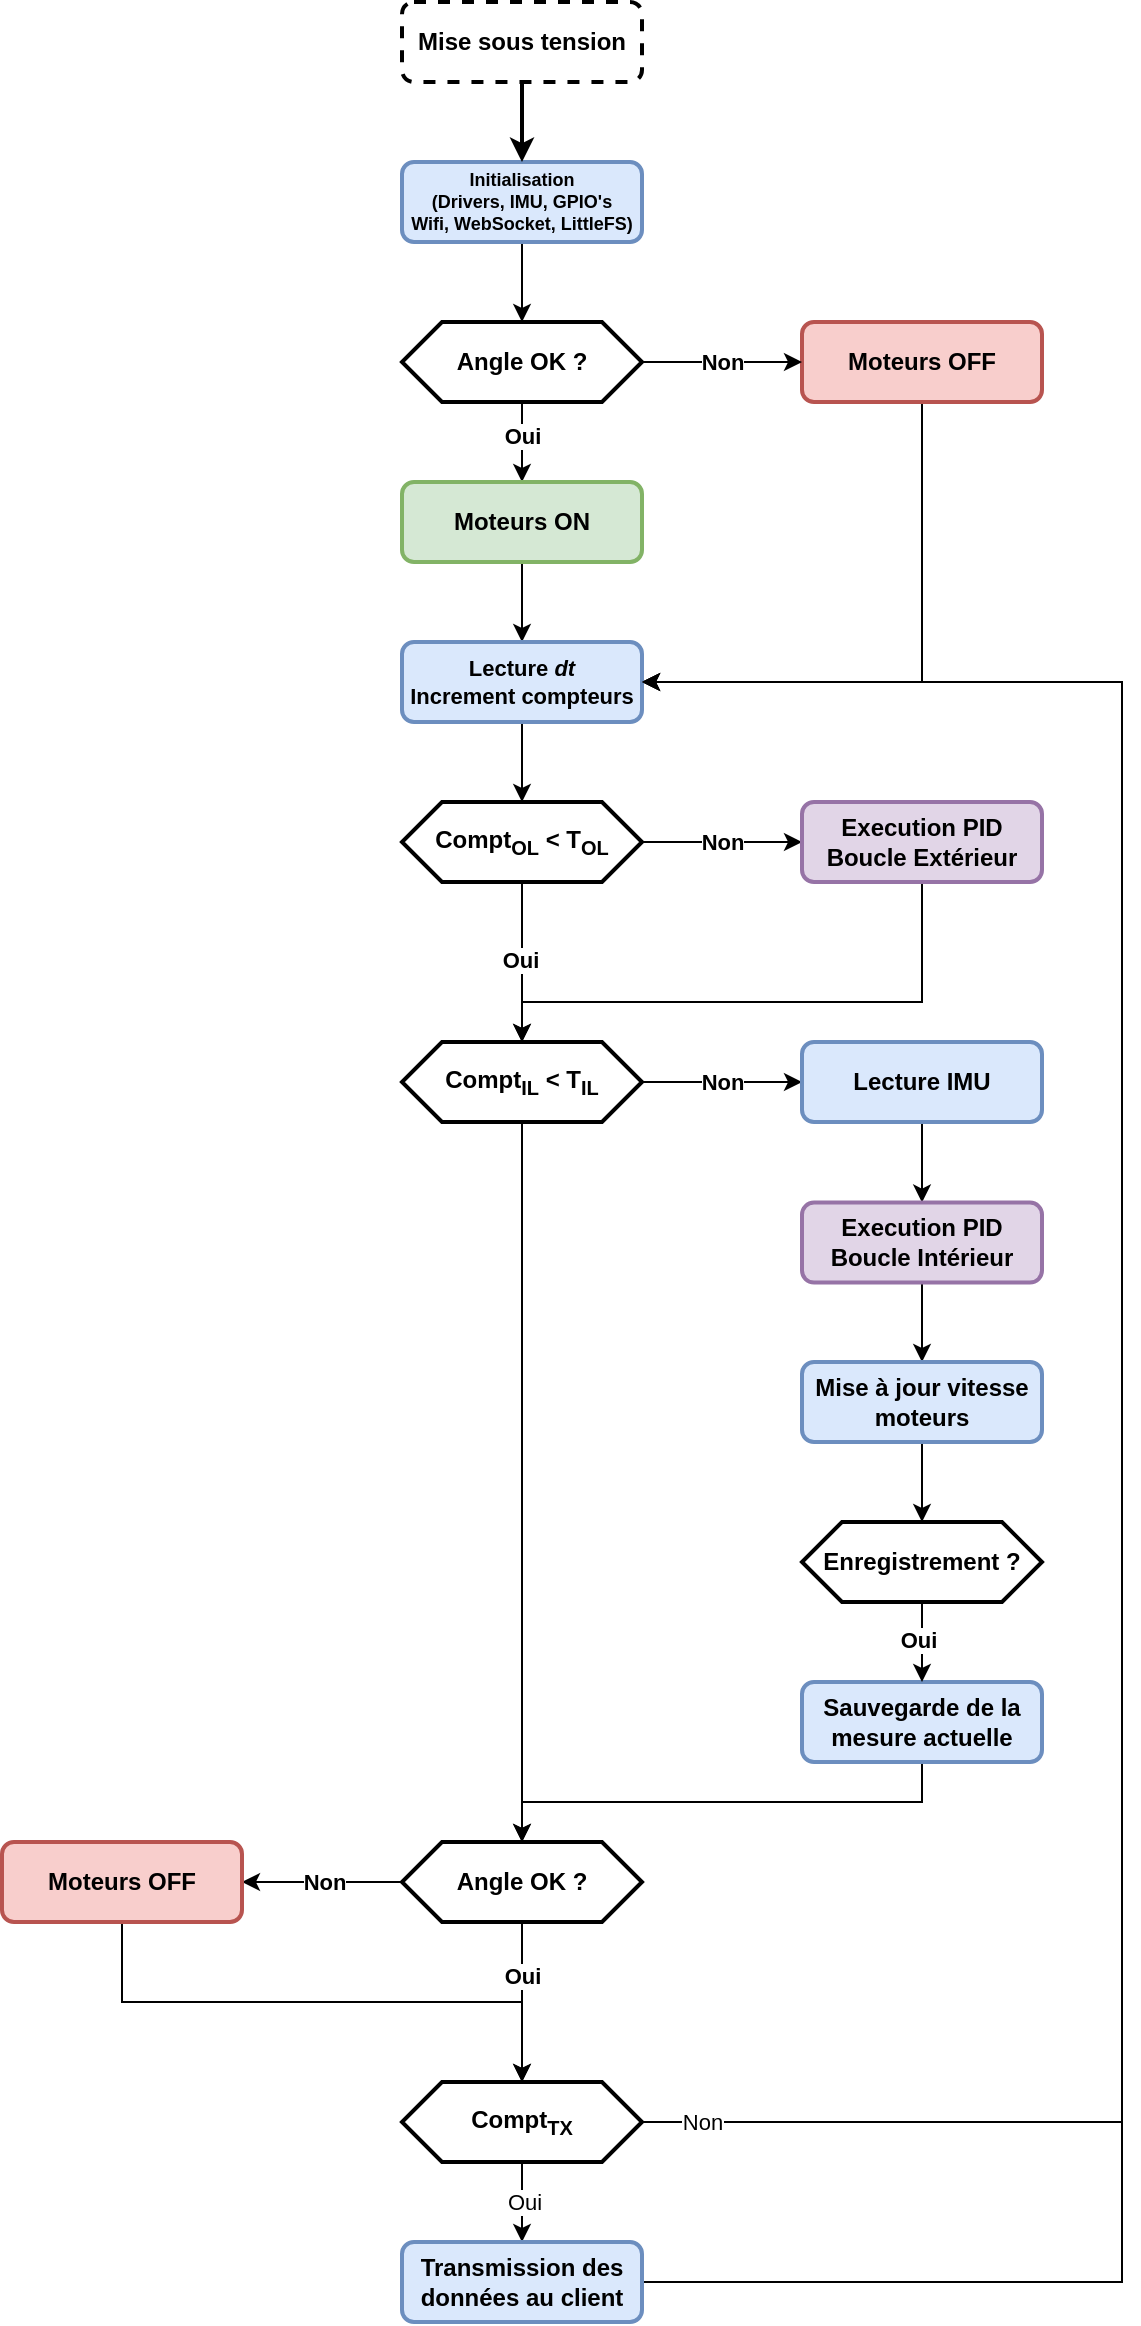
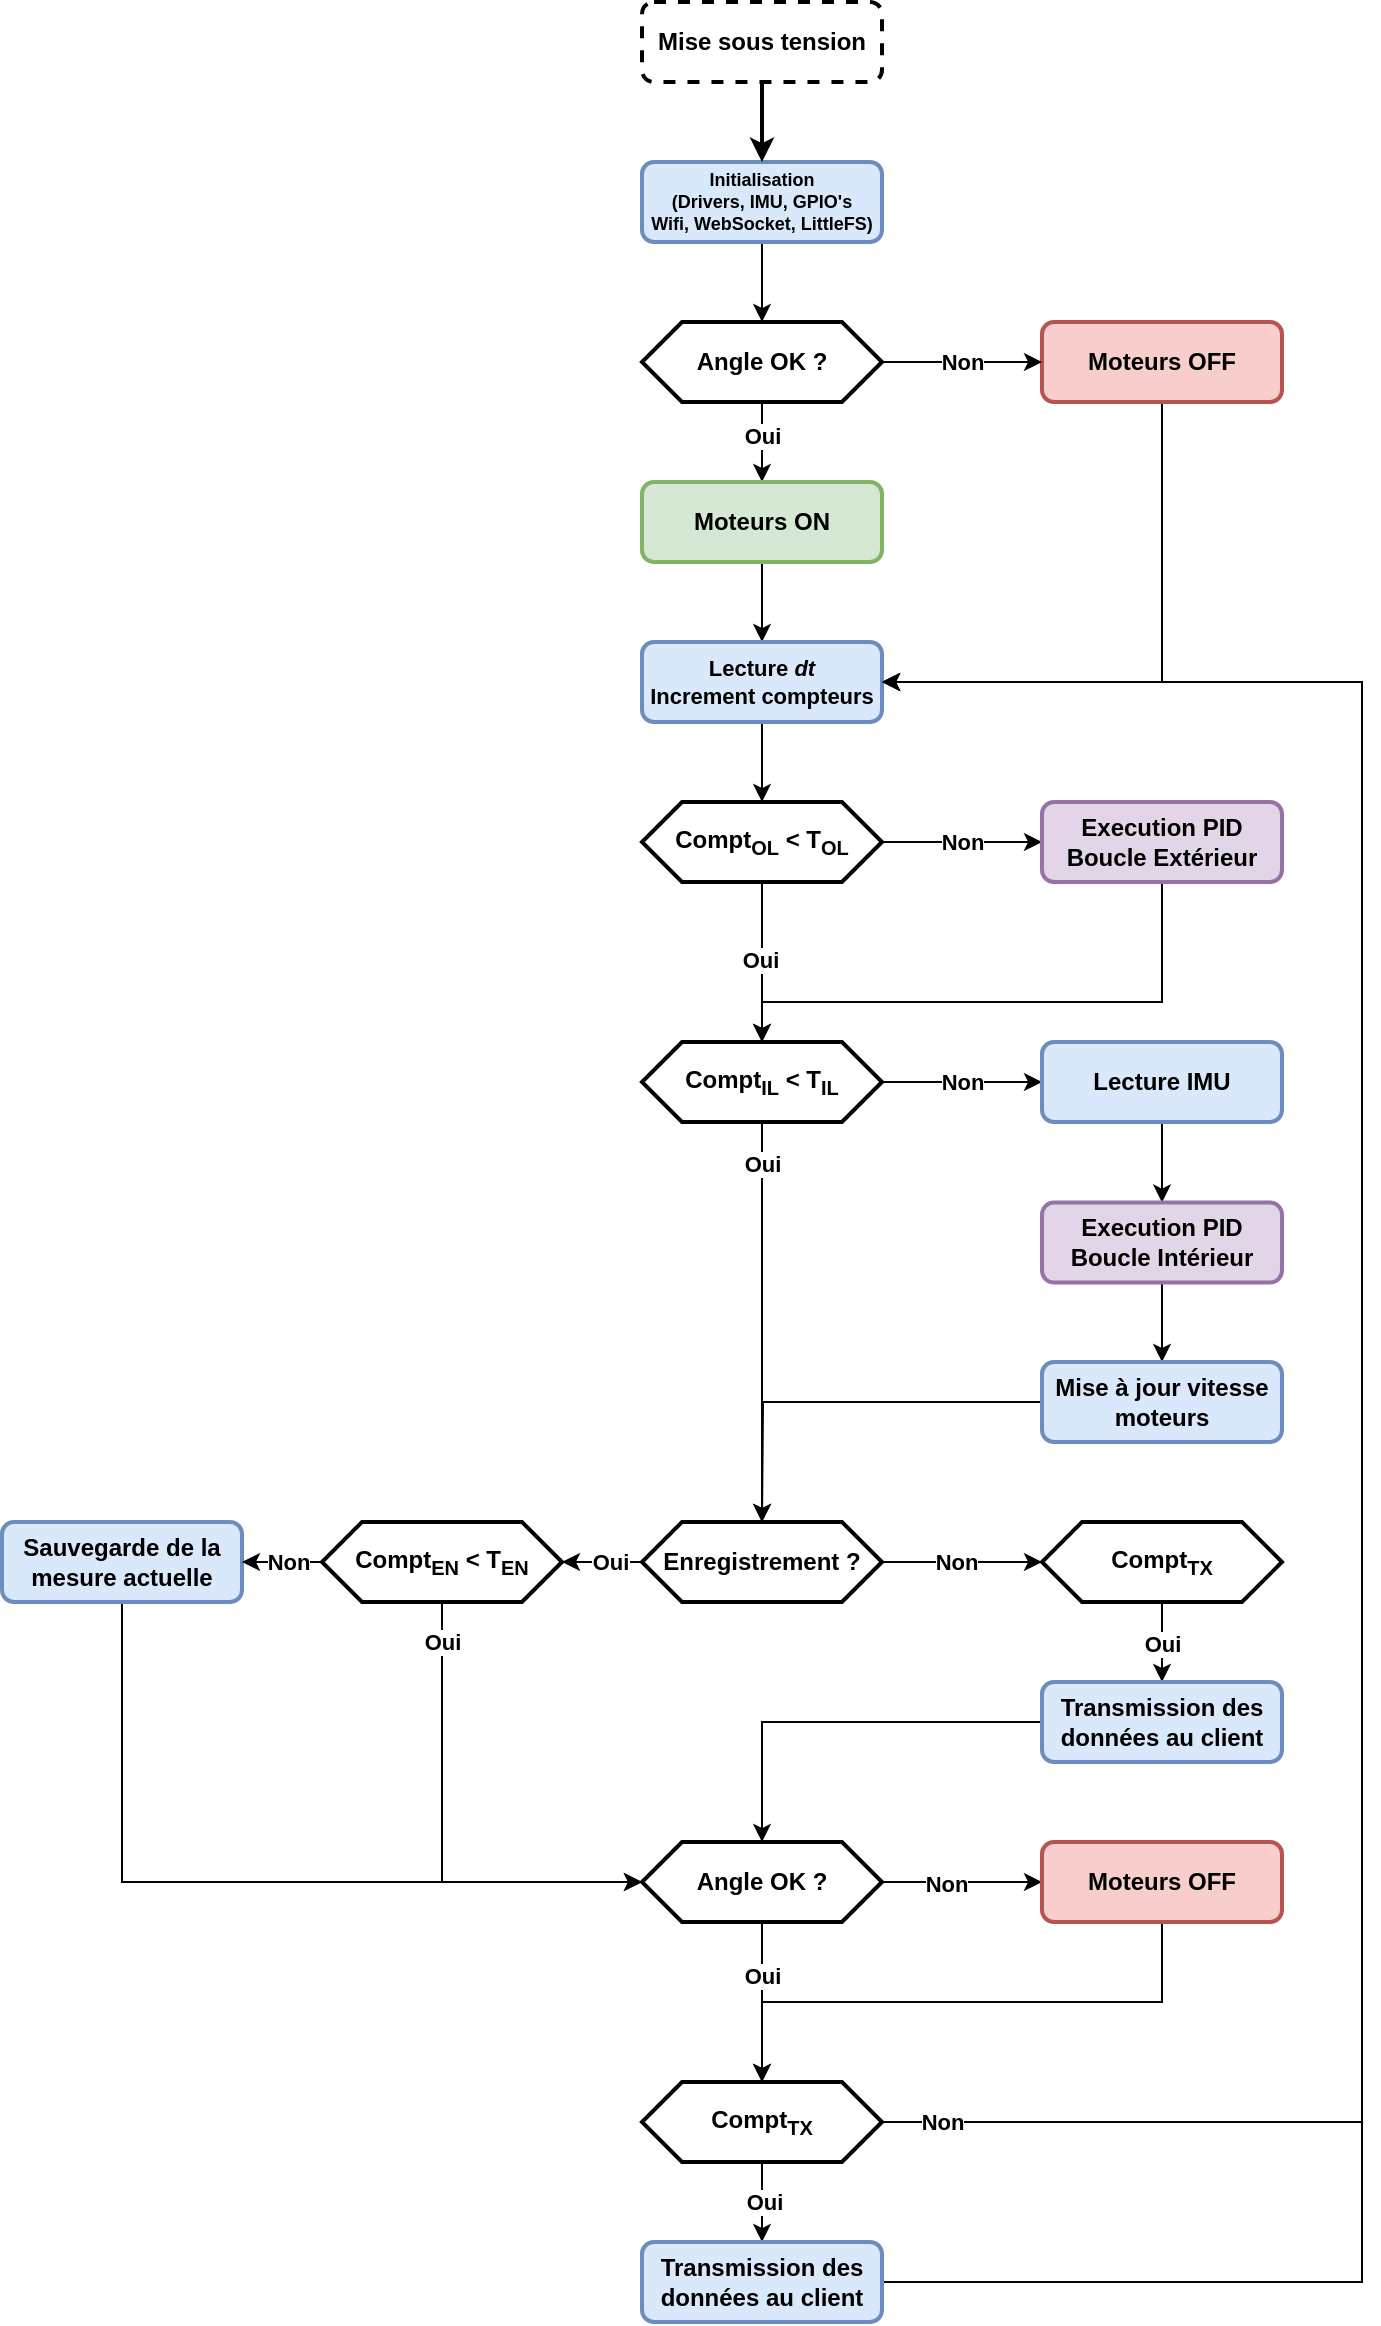
<mxfile host="Electron" agent="Mozilla/5.0 (Windows NT 10.0; Win64; x64) AppleWebKit/537.36 (KHTML, like Gecko) draw.io/28.1.2 Chrome/138.0.7204.243 Electron/37.4.0 Safari/537.36" version="28.1.2">
  <diagram name="Page-1" id="jjF6Z4soYPwatu_BmJz7">
-     <mxGraphModel dx="1226" dy="736" grid="1" gridSize="10" guides="1" tooltips="1" connect="1" arrows="1" fold="1" page="1" pageScale="1" pageWidth="827" pageHeight="1169" math="0" shadow="0">
+     <mxGraphModel dx="1733" dy="544" grid="1" gridSize="10" guides="1" tooltips="1" connect="1" arrows="1" fold="1" page="1" pageScale="1" pageWidth="827" pageHeight="1169" math="0" shadow="0">
      <root>
        <mxCell id="0" />
        <mxCell id="1" parent="0" />
        <mxCell id="2YC1-memHxYBwXYtI8Gx-10" style="edgeStyle=orthogonalEdgeStyle;rounded=0;orthogonalLoop=1;jettySize=auto;html=1;entryX=0.5;entryY=0;entryDx=0;entryDy=0;strokeWidth=1;fontStyle=1;fontFamily=Helvetica;" parent="1" source="2YC1-memHxYBwXYtI8Gx-2" edge="1">
          <mxGeometry relative="1" as="geometry">
            <mxPoint x="300" y="240" as="targetPoint" />
          </mxGeometry>
        </mxCell>
        <mxCell id="2YC1-memHxYBwXYtI8Gx-2" value="Initialisation&lt;br&gt;(Drivers, IMU, GPIO&#39;s&lt;br&gt;Wifi, WebSocket, LittleFS)" style="rounded=1;whiteSpace=wrap;html=1;fontSize=9;fillColor=#dae8fc;strokeColor=#6c8ebf;strokeWidth=2;fontStyle=1;fontFamily=Helvetica;" parent="1" vertex="1">
          <mxGeometry x="240" y="160" width="120" height="40" as="geometry" />
        </mxCell>
        <mxCell id="2YC1-memHxYBwXYtI8Gx-5" style="edgeStyle=orthogonalEdgeStyle;rounded=0;orthogonalLoop=1;jettySize=auto;html=1;entryX=0.5;entryY=0;entryDx=0;entryDy=0;strokeWidth=2;fontStyle=1;fontFamily=Helvetica;" parent="1" source="2YC1-memHxYBwXYtI8Gx-4" target="2YC1-memHxYBwXYtI8Gx-2" edge="1">
          <mxGeometry relative="1" as="geometry" />
        </mxCell>
        <mxCell id="2YC1-memHxYBwXYtI8Gx-4" value="Mise sous tension" style="rounded=1;whiteSpace=wrap;html=1;dashed=1;strokeWidth=2;fontStyle=1;fontFamily=Helvetica;" parent="1" vertex="1">
          <mxGeometry x="240" y="80" width="120" height="40" as="geometry" />
        </mxCell>
        <mxCell id="2YC1-memHxYBwXYtI8Gx-44" style="edgeStyle=orthogonalEdgeStyle;rounded=0;orthogonalLoop=1;jettySize=auto;html=1;entryX=1;entryY=0.5;entryDx=0;entryDy=0;strokeWidth=1;fontStyle=1;fontFamily=Helvetica;" parent="1" source="2YC1-memHxYBwXYtI8Gx-11" target="2YC1-memHxYBwXYtI8Gx-20" edge="1">
          <mxGeometry relative="1" as="geometry">
            <Array as="points">
              <mxPoint x="500" y="420" />
            </Array>
          </mxGeometry>
        </mxCell>
        <mxCell id="2YC1-memHxYBwXYtI8Gx-11" value="Moteurs OFF" style="rounded=1;whiteSpace=wrap;html=1;fontSize=12;fillColor=#f8cecc;strokeColor=#b85450;strokeWidth=2;fontStyle=1;fontFamily=Helvetica;" parent="1" vertex="1">
          <mxGeometry x="440" y="240" width="120" height="40" as="geometry" />
        </mxCell>
        <mxCell id="2YC1-memHxYBwXYtI8Gx-13" value="" style="edgeStyle=orthogonalEdgeStyle;rounded=0;orthogonalLoop=1;jettySize=auto;html=1;strokeWidth=1;fontStyle=1;fontFamily=Helvetica;" parent="1" source="2YC1-memHxYBwXYtI8Gx-12" target="2YC1-memHxYBwXYtI8Gx-11" edge="1">
          <mxGeometry relative="1" as="geometry">
            <Array as="points">
              <mxPoint x="390" y="260" />
              <mxPoint x="390" y="260" />
            </Array>
          </mxGeometry>
        </mxCell>
        <mxCell id="2YC1-memHxYBwXYtI8Gx-14" value="Non" style="edgeLabel;html=1;align=center;verticalAlign=middle;resizable=0;points=[];fontStyle=1;fontFamily=Helvetica;" parent="2YC1-memHxYBwXYtI8Gx-13" vertex="1" connectable="0">
          <mxGeometry x="-0.278" relative="1" as="geometry">
            <mxPoint x="11" as="offset" />
          </mxGeometry>
        </mxCell>
        <mxCell id="2YC1-memHxYBwXYtI8Gx-17" style="edgeStyle=orthogonalEdgeStyle;rounded=0;orthogonalLoop=1;jettySize=auto;html=1;entryX=0.5;entryY=0;entryDx=0;entryDy=0;strokeWidth=1;fontStyle=1;fontFamily=Helvetica;" parent="1" source="2YC1-memHxYBwXYtI8Gx-12" target="2YC1-memHxYBwXYtI8Gx-16" edge="1">
          <mxGeometry relative="1" as="geometry" />
        </mxCell>
        <mxCell id="2YC1-memHxYBwXYtI8Gx-18" value="Oui" style="edgeLabel;html=1;align=center;verticalAlign=middle;resizable=0;points=[];fontStyle=1;fontFamily=Helvetica;" parent="2YC1-memHxYBwXYtI8Gx-17" vertex="1" connectable="0">
          <mxGeometry x="-0.1571" y="1" relative="1" as="geometry">
            <mxPoint x="-1" as="offset" />
          </mxGeometry>
        </mxCell>
        <mxCell id="2YC1-memHxYBwXYtI8Gx-12" value="Angle OK ?" style="shape=hexagon;perimeter=hexagonPerimeter2;whiteSpace=wrap;html=1;fixedSize=1;strokeWidth=2;fontStyle=1;fontFamily=Helvetica;" parent="1" vertex="1">
          <mxGeometry x="240" y="240" width="120" height="40" as="geometry" />
        </mxCell>
        <mxCell id="2YC1-memHxYBwXYtI8Gx-23" style="edgeStyle=orthogonalEdgeStyle;rounded=0;orthogonalLoop=1;jettySize=auto;html=1;strokeWidth=1;fontStyle=1;fontFamily=Helvetica;" parent="1" source="2YC1-memHxYBwXYtI8Gx-16" target="2YC1-memHxYBwXYtI8Gx-20" edge="1">
          <mxGeometry relative="1" as="geometry" />
        </mxCell>
        <mxCell id="2YC1-memHxYBwXYtI8Gx-16" value="Moteurs ON" style="rounded=1;whiteSpace=wrap;html=1;fontSize=12;fillColor=#d5e8d4;strokeColor=#82b366;strokeWidth=2;fontStyle=1;fontFamily=Helvetica;" parent="1" vertex="1">
          <mxGeometry x="240" y="320" width="120" height="40" as="geometry" />
        </mxCell>
        <mxCell id="2YC1-memHxYBwXYtI8Gx-24" style="edgeStyle=orthogonalEdgeStyle;rounded=0;orthogonalLoop=1;jettySize=auto;html=1;entryX=0.5;entryY=0;entryDx=0;entryDy=0;strokeWidth=1;fontStyle=1;fontFamily=Helvetica;" parent="1" source="2YC1-memHxYBwXYtI8Gx-20" target="2YC1-memHxYBwXYtI8Gx-22" edge="1">
          <mxGeometry relative="1" as="geometry" />
        </mxCell>
        <mxCell id="2YC1-memHxYBwXYtI8Gx-20" value="Lecture &lt;i&gt;dt&lt;/i&gt;&lt;br&gt;Increment compteurs" style="rounded=1;whiteSpace=wrap;html=1;fillColor=#dae8fc;strokeColor=#6c8ebf;strokeWidth=2;fontStyle=1;fontSize=11;fontFamily=Helvetica;" parent="1" vertex="1">
          <mxGeometry x="240" y="400" width="120" height="40" as="geometry" />
        </mxCell>
        <mxCell id="2YC1-memHxYBwXYtI8Gx-26" style="edgeStyle=orthogonalEdgeStyle;rounded=0;orthogonalLoop=1;jettySize=auto;html=1;entryX=0;entryY=0.5;entryDx=0;entryDy=0;fontStyle=1;fontSize=11;strokeWidth=1;fontFamily=Helvetica;" parent="1" source="2YC1-memHxYBwXYtI8Gx-22" target="2YC1-memHxYBwXYtI8Gx-25" edge="1">
          <mxGeometry relative="1" as="geometry" />
        </mxCell>
        <mxCell id="2YC1-memHxYBwXYtI8Gx-29" value="Non" style="edgeLabel;html=1;align=center;verticalAlign=middle;resizable=0;points=[];fontStyle=1;fontFamily=Helvetica;" parent="2YC1-memHxYBwXYtI8Gx-26" vertex="1" connectable="0">
          <mxGeometry x="-0.3293" relative="1" as="geometry">
            <mxPoint x="13" as="offset" />
          </mxGeometry>
        </mxCell>
        <mxCell id="2YC1-memHxYBwXYtI8Gx-28" value="" style="edgeStyle=orthogonalEdgeStyle;rounded=0;orthogonalLoop=1;jettySize=auto;html=1;strokeWidth=1;fontStyle=1;fontFamily=Helvetica;" parent="1" source="2YC1-memHxYBwXYtI8Gx-22" target="2YC1-memHxYBwXYtI8Gx-27" edge="1">
          <mxGeometry relative="1" as="geometry">
            <Array as="points">
              <mxPoint x="300" y="590" />
              <mxPoint x="300" y="590" />
            </Array>
          </mxGeometry>
        </mxCell>
        <mxCell id="2YC1-memHxYBwXYtI8Gx-30" value="Oui" style="edgeLabel;html=1;align=center;verticalAlign=middle;resizable=0;points=[];fontStyle=1;fontFamily=Helvetica;" parent="2YC1-memHxYBwXYtI8Gx-28" vertex="1" connectable="0">
          <mxGeometry x="-0.0383" y="-1" relative="1" as="geometry">
            <mxPoint as="offset" />
          </mxGeometry>
        </mxCell>
        <mxCell id="2YC1-memHxYBwXYtI8Gx-22" value="Compt&lt;sub&gt;OL&lt;/sub&gt; &amp;lt; T&lt;sub&gt;OL&lt;/sub&gt;" style="shape=hexagon;perimeter=hexagonPerimeter2;whiteSpace=wrap;html=1;fixedSize=1;strokeWidth=2;fontStyle=1;fontFamily=Helvetica;" parent="1" vertex="1">
          <mxGeometry x="240" y="480" width="120" height="40" as="geometry" />
        </mxCell>
        <mxCell id="2YC1-memHxYBwXYtI8Gx-31" style="edgeStyle=orthogonalEdgeStyle;rounded=0;orthogonalLoop=1;jettySize=auto;html=1;entryX=0.5;entryY=0;entryDx=0;entryDy=0;strokeWidth=1;fontStyle=1;fontFamily=Helvetica;" parent="1" source="2YC1-memHxYBwXYtI8Gx-25" target="2YC1-memHxYBwXYtI8Gx-27" edge="1">
          <mxGeometry relative="1" as="geometry">
            <Array as="points">
              <mxPoint x="500" y="580" />
              <mxPoint x="300" y="580" />
            </Array>
          </mxGeometry>
        </mxCell>
        <mxCell id="2YC1-memHxYBwXYtI8Gx-25" value="Execution PID&lt;br&gt;Boucle Extérieur" style="rounded=1;whiteSpace=wrap;html=1;fillColor=#e1d5e7;strokeColor=#9673a6;strokeWidth=2;fontStyle=1;fontFamily=Helvetica;" parent="1" vertex="1">
          <mxGeometry x="440" y="480" width="120" height="40" as="geometry" />
        </mxCell>
        <mxCell id="2YC1-memHxYBwXYtI8Gx-54" value="" style="edgeStyle=orthogonalEdgeStyle;rounded=0;orthogonalLoop=1;jettySize=auto;html=1;strokeWidth=1;fontStyle=1;fontFamily=Helvetica;" parent="1" source="2YC1-memHxYBwXYtI8Gx-27" target="2YC1-memHxYBwXYtI8Gx-35" edge="1">
          <mxGeometry relative="1" as="geometry">
            <Array as="points">
              <mxPoint x="430" y="620" />
              <mxPoint x="430" y="620" />
            </Array>
          </mxGeometry>
        </mxCell>
        <mxCell id="2YC1-memHxYBwXYtI8Gx-55" value="Non" style="edgeLabel;html=1;align=center;verticalAlign=middle;resizable=0;points=[];fontStyle=1;fontFamily=Helvetica;" parent="2YC1-memHxYBwXYtI8Gx-54" vertex="1" connectable="0">
          <mxGeometry x="-0.0864" y="1" relative="1" as="geometry">
            <mxPoint x="3" y="1" as="offset" />
          </mxGeometry>
        </mxCell>
-         <mxCell id="2YC1-memHxYBwXYtI8Gx-57" style="edgeStyle=orthogonalEdgeStyle;rounded=0;orthogonalLoop=1;jettySize=auto;html=1;entryX=0.5;entryY=0;entryDx=0;entryDy=0;strokeWidth=1;fontStyle=1;fontFamily=Helvetica;" parent="1" source="2YC1-memHxYBwXYtI8Gx-27" target="2YC1-memHxYBwXYtI8Gx-56" edge="1">
-           <mxGeometry relative="1" as="geometry" />
+         <mxCell id="BAnTje9yKHuj_5DBN9Kz-1" style="edgeStyle=orthogonalEdgeStyle;rounded=0;orthogonalLoop=1;jettySize=auto;html=1;entryX=0.5;entryY=0;entryDx=0;entryDy=0;fontStyle=1" edge="1" parent="1" source="2YC1-memHxYBwXYtI8Gx-27" target="2YC1-memHxYBwXYtI8Gx-47">
+           <mxGeometry relative="1" as="geometry" />
+         </mxCell>
+         <mxCell id="BAnTje9yKHuj_5DBN9Kz-4" value="Oui" style="edgeLabel;html=1;align=center;verticalAlign=middle;resizable=0;points=[];fontStyle=1" vertex="1" connectable="0" parent="BAnTje9yKHuj_5DBN9Kz-1">
+           <mxGeometry x="-0.905" y="-2" relative="1" as="geometry">
+             <mxPoint x="2" y="11" as="offset" />
+           </mxGeometry>
        </mxCell>
        <mxCell id="2YC1-memHxYBwXYtI8Gx-27" value="Compt&lt;sub&gt;IL&lt;/sub&gt;&amp;nbsp;&amp;lt; T&lt;sub&gt;IL&lt;/sub&gt;" style="shape=hexagon;perimeter=hexagonPerimeter2;whiteSpace=wrap;html=1;fixedSize=1;strokeWidth=2;fontStyle=1;fontFamily=Helvetica;" parent="1" vertex="1">
          <mxGeometry x="240" y="600" width="120" height="40" as="geometry" />
        </mxCell>
        <mxCell id="2YC1-memHxYBwXYtI8Gx-38" style="edgeStyle=orthogonalEdgeStyle;rounded=0;orthogonalLoop=1;jettySize=auto;html=1;entryX=0.5;entryY=0;entryDx=0;entryDy=0;strokeWidth=1;fontStyle=1;fontFamily=Helvetica;" parent="1" source="2YC1-memHxYBwXYtI8Gx-35" target="2YC1-memHxYBwXYtI8Gx-37" edge="1">
          <mxGeometry relative="1" as="geometry">
            <mxPoint x="500" y="670" as="targetPoint" />
          </mxGeometry>
        </mxCell>
        <mxCell id="2YC1-memHxYBwXYtI8Gx-35" value="Lecture IMU" style="rounded=1;whiteSpace=wrap;html=1;fillColor=#dae8fc;strokeColor=#6c8ebf;strokeWidth=2;fontStyle=1;fontFamily=Helvetica;" parent="1" vertex="1">
          <mxGeometry x="440.0014285714286" y="600" width="120" height="40" as="geometry" />
        </mxCell>
        <mxCell id="2YC1-memHxYBwXYtI8Gx-40" style="edgeStyle=orthogonalEdgeStyle;rounded=0;orthogonalLoop=1;jettySize=auto;html=1;entryX=0.5;entryY=0;entryDx=0;entryDy=0;strokeWidth=1;fontStyle=1;fontFamily=Helvetica;" parent="1" source="2YC1-memHxYBwXYtI8Gx-37" target="2YC1-memHxYBwXYtI8Gx-39" edge="1">
          <mxGeometry relative="1" as="geometry" />
        </mxCell>
        <mxCell id="2YC1-memHxYBwXYtI8Gx-37" value="Execution PID&lt;br&gt;Boucle Intérieur" style="rounded=1;whiteSpace=wrap;html=1;fillColor=#e1d5e7;strokeColor=#9673a6;strokeWidth=2;fontStyle=1;fontFamily=Helvetica;" parent="1" vertex="1">
          <mxGeometry x="440" y="680.29" width="120" height="40" as="geometry" />
        </mxCell>
-         <mxCell id="2YC1-memHxYBwXYtI8Gx-49" style="edgeStyle=orthogonalEdgeStyle;rounded=0;orthogonalLoop=1;jettySize=auto;html=1;entryX=0.5;entryY=0;entryDx=0;entryDy=0;strokeWidth=1;fontStyle=1;fontFamily=Helvetica;" parent="1" source="2YC1-memHxYBwXYtI8Gx-39" target="2YC1-memHxYBwXYtI8Gx-47" edge="1">
-           <mxGeometry relative="1" as="geometry" />
+         <mxCell id="BAnTje9yKHuj_5DBN9Kz-3" style="edgeStyle=orthogonalEdgeStyle;rounded=0;orthogonalLoop=1;jettySize=auto;html=1;fontStyle=1" edge="1" parent="1" source="2YC1-memHxYBwXYtI8Gx-39">
+           <mxGeometry relative="1" as="geometry">
+             <mxPoint x="300" y="840" as="targetPoint" />
+           </mxGeometry>
        </mxCell>
        <mxCell id="2YC1-memHxYBwXYtI8Gx-39" value="Mise à jour vitesse moteurs" style="rounded=1;whiteSpace=wrap;html=1;fillColor=#dae8fc;strokeColor=#6c8ebf;strokeWidth=2;fontStyle=1;fontFamily=Helvetica;" parent="1" vertex="1">
          <mxGeometry x="440" y="760" width="120" height="40" as="geometry" />
        </mxCell>
+         <mxCell id="BAnTje9yKHuj_5DBN9Kz-12" style="edgeStyle=orthogonalEdgeStyle;rounded=0;orthogonalLoop=1;jettySize=auto;html=1;entryX=1;entryY=0.5;entryDx=0;entryDy=0;fontStyle=1" edge="1" parent="1" source="2YC1-memHxYBwXYtI8Gx-47" target="BAnTje9yKHuj_5DBN9Kz-2">
+           <mxGeometry relative="1" as="geometry" />
+         </mxCell>
+         <mxCell id="BAnTje9yKHuj_5DBN9Kz-20" value="Oui" style="edgeLabel;html=1;align=center;verticalAlign=middle;resizable=0;points=[];fontStyle=1" vertex="1" connectable="0" parent="BAnTje9yKHuj_5DBN9Kz-12">
+           <mxGeometry x="-0.2633" y="1" relative="1" as="geometry">
+             <mxPoint x="-2" y="-1" as="offset" />
+           </mxGeometry>
+         </mxCell>
+         <mxCell id="BAnTje9yKHuj_5DBN9Kz-26" style="edgeStyle=orthogonalEdgeStyle;rounded=0;orthogonalLoop=1;jettySize=auto;html=1;entryX=0;entryY=0.5;entryDx=0;entryDy=0;fontStyle=1" edge="1" parent="1" source="2YC1-memHxYBwXYtI8Gx-47" target="BAnTje9yKHuj_5DBN9Kz-24">
+           <mxGeometry relative="1" as="geometry" />
+         </mxCell>
+         <mxCell id="BAnTje9yKHuj_5DBN9Kz-27" value="Non" style="edgeLabel;html=1;align=center;verticalAlign=middle;resizable=0;points=[];fontStyle=1" vertex="1" connectable="0" parent="BAnTje9yKHuj_5DBN9Kz-26">
+           <mxGeometry x="-0.0417" y="-2" relative="1" as="geometry">
+             <mxPoint x="-2" y="-2" as="offset" />
+           </mxGeometry>
+         </mxCell>
        <mxCell id="2YC1-memHxYBwXYtI8Gx-47" value="Enregistrement ?" style="shape=hexagon;perimeter=hexagonPerimeter2;whiteSpace=wrap;html=1;fixedSize=1;strokeWidth=2;fontStyle=1;fontFamily=Helvetica;" parent="1" vertex="1">
-           <mxGeometry x="440" y="840" width="120" height="40" as="geometry" />
-         </mxCell>
-         <mxCell id="2YC1-memHxYBwXYtI8Gx-58" style="edgeStyle=orthogonalEdgeStyle;rounded=0;orthogonalLoop=1;jettySize=auto;html=1;entryX=0.5;entryY=0;entryDx=0;entryDy=0;strokeWidth=1;fontStyle=1;fontFamily=Helvetica;" parent="1" source="2YC1-memHxYBwXYtI8Gx-50" target="2YC1-memHxYBwXYtI8Gx-56" edge="1">
-           <mxGeometry relative="1" as="geometry">
-             <Array as="points">
-               <mxPoint x="500" y="980" />
-               <mxPoint x="300" y="980" />
+           <mxGeometry x="240" y="840" width="120" height="40" as="geometry" />
+         </mxCell>
+         <mxCell id="BAnTje9yKHuj_5DBN9Kz-32" style="edgeStyle=orthogonalEdgeStyle;rounded=0;orthogonalLoop=1;jettySize=auto;html=1;entryX=0;entryY=0.5;entryDx=0;entryDy=0;fontStyle=1" edge="1" parent="1" source="2YC1-memHxYBwXYtI8Gx-50" target="2YC1-memHxYBwXYtI8Gx-56">
+           <mxGeometry relative="1" as="geometry">
+             <Array as="points">
+               <mxPoint x="-20" y="1020" />
            </Array>
          </mxGeometry>
        </mxCell>
        <mxCell id="2YC1-memHxYBwXYtI8Gx-50" value="Sauvegarde de la mesure actuelle" style="rounded=1;whiteSpace=wrap;html=1;fillColor=#dae8fc;strokeColor=#6c8ebf;strokeWidth=2;fontStyle=1;fontFamily=Helvetica;" parent="1" vertex="1">
-           <mxGeometry x="440" y="920" width="120" height="40" as="geometry" />
-         </mxCell>
-         <mxCell id="2YC1-memHxYBwXYtI8Gx-51" style="edgeStyle=orthogonalEdgeStyle;rounded=0;orthogonalLoop=1;jettySize=auto;html=1;entryX=0.5;entryY=0;entryDx=0;entryDy=0;strokeWidth=1;fontStyle=1;fontFamily=Helvetica;" parent="1" source="2YC1-memHxYBwXYtI8Gx-47" target="2YC1-memHxYBwXYtI8Gx-50" edge="1">
-           <mxGeometry relative="1" as="geometry" />
-         </mxCell>
-         <mxCell id="2YC1-memHxYBwXYtI8Gx-52" value="Oui" style="edgeLabel;html=1;align=center;verticalAlign=middle;resizable=0;points=[];fontStyle=1;fontFamily=Helvetica;" parent="2YC1-memHxYBwXYtI8Gx-51" vertex="1" connectable="0">
-           <mxGeometry x="-0.116" y="1" relative="1" as="geometry">
-             <mxPoint x="-3" y="1" as="offset" />
-           </mxGeometry>
-         </mxCell>
-         <mxCell id="2YC1-memHxYBwXYtI8Gx-64" value="" style="edgeStyle=orthogonalEdgeStyle;rounded=0;orthogonalLoop=1;jettySize=auto;html=1;fontStyle=1;strokeWidth=1;fontFamily=Helvetica;" parent="1" source="2YC1-memHxYBwXYtI8Gx-56" target="2YC1-memHxYBwXYtI8Gx-63" edge="1">
-           <mxGeometry relative="1" as="geometry">
-             <Array as="points">
-               <mxPoint x="210" y="1020" />
-               <mxPoint x="210" y="1020" />
-             </Array>
-           </mxGeometry>
-         </mxCell>
-         <mxCell id="2YC1-memHxYBwXYtI8Gx-65" value="Non" style="edgeLabel;html=1;align=center;verticalAlign=middle;resizable=0;points=[];fontStyle=1;fontFamily=Helvetica;" parent="2YC1-memHxYBwXYtI8Gx-64" vertex="1" connectable="0">
-           <mxGeometry x="-0.0183" relative="1" as="geometry">
-             <mxPoint as="offset" />
-           </mxGeometry>
-         </mxCell>
-         <mxCell id="AZWKRyBrAxlTTdJ5z4Ru-3" style="edgeStyle=orthogonalEdgeStyle;rounded=0;orthogonalLoop=1;jettySize=auto;html=1;entryX=0.5;entryY=0;entryDx=0;entryDy=0;" edge="1" parent="1" source="2YC1-memHxYBwXYtI8Gx-56" target="AZWKRyBrAxlTTdJ5z4Ru-1">
-           <mxGeometry relative="1" as="geometry" />
-         </mxCell>
-         <mxCell id="AZWKRyBrAxlTTdJ5z4Ru-5" value="Oui" style="edgeLabel;html=1;align=center;verticalAlign=middle;resizable=0;points=[];fontStyle=1" vertex="1" connectable="0" parent="AZWKRyBrAxlTTdJ5z4Ru-3">
+           <mxGeometry x="-80" y="840" width="120" height="40" as="geometry" />
+         </mxCell>
+         <mxCell id="AZWKRyBrAxlTTdJ5z4Ru-3" style="edgeStyle=orthogonalEdgeStyle;rounded=0;orthogonalLoop=1;jettySize=auto;html=1;entryX=0.5;entryY=0;entryDx=0;entryDy=0;fontStyle=1" parent="1" source="2YC1-memHxYBwXYtI8Gx-56" target="AZWKRyBrAxlTTdJ5z4Ru-1" edge="1">
+           <mxGeometry relative="1" as="geometry" />
+         </mxCell>
+         <mxCell id="AZWKRyBrAxlTTdJ5z4Ru-5" value="Oui" style="edgeLabel;html=1;align=center;verticalAlign=middle;resizable=0;points=[];fontStyle=1" parent="AZWKRyBrAxlTTdJ5z4Ru-3" vertex="1" connectable="0">
          <mxGeometry x="-0.3357" relative="1" as="geometry">
            <mxPoint as="offset" />
          </mxGeometry>
        </mxCell>
+         <mxCell id="BAnTje9yKHuj_5DBN9Kz-15" style="edgeStyle=orthogonalEdgeStyle;rounded=0;orthogonalLoop=1;jettySize=auto;html=1;entryX=0;entryY=0.5;entryDx=0;entryDy=0;fontStyle=1" edge="1" parent="1" source="2YC1-memHxYBwXYtI8Gx-56" target="2YC1-memHxYBwXYtI8Gx-63">
+           <mxGeometry relative="1" as="geometry" />
+         </mxCell>
+         <mxCell id="BAnTje9yKHuj_5DBN9Kz-16" value="Non" style="edgeLabel;html=1;align=center;verticalAlign=middle;resizable=0;points=[];fontStyle=1" vertex="1" connectable="0" parent="BAnTje9yKHuj_5DBN9Kz-15">
+           <mxGeometry x="-0.2052" y="-1" relative="1" as="geometry">
+             <mxPoint as="offset" />
+           </mxGeometry>
+         </mxCell>
        <mxCell id="2YC1-memHxYBwXYtI8Gx-56" value="Angle OK ?" style="shape=hexagon;perimeter=hexagonPerimeter2;whiteSpace=wrap;html=1;fixedSize=1;strokeWidth=2;fontStyle=1;fontFamily=Helvetica;" parent="1" vertex="1">
          <mxGeometry x="240" y="1000" width="120" height="40" as="geometry" />
        </mxCell>
-         <mxCell id="AZWKRyBrAxlTTdJ5z4Ru-4" style="edgeStyle=orthogonalEdgeStyle;rounded=0;orthogonalLoop=1;jettySize=auto;html=1;entryX=0.5;entryY=0;entryDx=0;entryDy=0;" edge="1" parent="1" source="2YC1-memHxYBwXYtI8Gx-63" target="AZWKRyBrAxlTTdJ5z4Ru-1">
-           <mxGeometry relative="1" as="geometry">
-             <Array as="points">
-               <mxPoint x="100" y="1080" />
+         <mxCell id="AZWKRyBrAxlTTdJ5z4Ru-4" style="edgeStyle=orthogonalEdgeStyle;rounded=0;orthogonalLoop=1;jettySize=auto;html=1;entryX=0.5;entryY=0;entryDx=0;entryDy=0;fontStyle=1" parent="1" source="2YC1-memHxYBwXYtI8Gx-63" target="AZWKRyBrAxlTTdJ5z4Ru-1" edge="1">
+           <mxGeometry relative="1" as="geometry">
+             <Array as="points">
+               <mxPoint x="500" y="1080" />
              <mxPoint x="300" y="1080" />
            </Array>
          </mxGeometry>
        </mxCell>
        <mxCell id="2YC1-memHxYBwXYtI8Gx-63" value="Moteurs OFF" style="rounded=1;whiteSpace=wrap;html=1;fontSize=12;fillColor=#f8cecc;strokeColor=#b85450;strokeWidth=2;fontStyle=1;fontFamily=Helvetica;" parent="1" vertex="1">
-           <mxGeometry x="40" y="1000" width="120" height="40" as="geometry" />
-         </mxCell>
-         <mxCell id="AZWKRyBrAxlTTdJ5z4Ru-7" style="edgeStyle=orthogonalEdgeStyle;rounded=0;orthogonalLoop=1;jettySize=auto;html=1;" edge="1" parent="1" source="AZWKRyBrAxlTTdJ5z4Ru-1">
+           <mxGeometry x="440" y="1000" width="120" height="40" as="geometry" />
+         </mxCell>
+         <mxCell id="AZWKRyBrAxlTTdJ5z4Ru-7" style="edgeStyle=orthogonalEdgeStyle;rounded=0;orthogonalLoop=1;jettySize=auto;html=1;fontStyle=1" parent="1" source="AZWKRyBrAxlTTdJ5z4Ru-1" edge="1">
          <mxGeometry relative="1" as="geometry">
            <mxPoint x="300" y="1200" as="targetPoint" />
          </mxGeometry>
        </mxCell>
-         <mxCell id="AZWKRyBrAxlTTdJ5z4Ru-9" value="Oui" style="edgeLabel;html=1;align=center;verticalAlign=middle;resizable=0;points=[];" vertex="1" connectable="0" parent="AZWKRyBrAxlTTdJ5z4Ru-7">
+         <mxCell id="AZWKRyBrAxlTTdJ5z4Ru-9" value="Oui" style="edgeLabel;html=1;align=center;verticalAlign=middle;resizable=0;points=[];fontStyle=1" parent="AZWKRyBrAxlTTdJ5z4Ru-7" vertex="1" connectable="0">
          <mxGeometry x="0.1135" relative="1" as="geometry">
            <mxPoint y="-2" as="offset" />
          </mxGeometry>
        </mxCell>
-         <mxCell id="AZWKRyBrAxlTTdJ5z4Ru-13" style="edgeStyle=orthogonalEdgeStyle;rounded=0;orthogonalLoop=1;jettySize=auto;html=1;entryX=1;entryY=0.5;entryDx=0;entryDy=0;" edge="1" parent="1" source="AZWKRyBrAxlTTdJ5z4Ru-1" target="2YC1-memHxYBwXYtI8Gx-20">
+         <mxCell id="AZWKRyBrAxlTTdJ5z4Ru-13" style="edgeStyle=orthogonalEdgeStyle;rounded=0;orthogonalLoop=1;jettySize=auto;html=1;entryX=1;entryY=0.5;entryDx=0;entryDy=0;fontStyle=1" parent="1" source="AZWKRyBrAxlTTdJ5z4Ru-1" target="2YC1-memHxYBwXYtI8Gx-20" edge="1">
          <mxGeometry relative="1" as="geometry">
            <Array as="points">
              <mxPoint x="600" y="1140" />
              <mxPoint x="600" y="420" />
            </Array>
          </mxGeometry>
        </mxCell>
-         <mxCell id="AZWKRyBrAxlTTdJ5z4Ru-14" value="Non" style="edgeLabel;html=1;align=center;verticalAlign=middle;resizable=0;points=[];" vertex="1" connectable="0" parent="AZWKRyBrAxlTTdJ5z4Ru-13">
+         <mxCell id="AZWKRyBrAxlTTdJ5z4Ru-14" value="Non" style="edgeLabel;html=1;align=center;verticalAlign=middle;resizable=0;points=[];fontStyle=1" parent="AZWKRyBrAxlTTdJ5z4Ru-13" vertex="1" connectable="0">
          <mxGeometry x="-0.955" y="-3" relative="1" as="geometry">
            <mxPoint x="3" y="-3" as="offset" />
          </mxGeometry>
        </mxCell>
-         <mxCell id="AZWKRyBrAxlTTdJ5z4Ru-1" value="Compt&lt;sub&gt;TX&lt;/sub&gt;" style="shape=hexagon;perimeter=hexagonPerimeter2;whiteSpace=wrap;html=1;fixedSize=1;strokeWidth=2;fontStyle=1;fontFamily=Helvetica;" vertex="1" parent="1">
+         <mxCell id="AZWKRyBrAxlTTdJ5z4Ru-1" value="Compt&lt;sub&gt;TX&lt;/sub&gt;" style="shape=hexagon;perimeter=hexagonPerimeter2;whiteSpace=wrap;html=1;fixedSize=1;strokeWidth=2;fontStyle=1;fontFamily=Helvetica;" parent="1" vertex="1">
          <mxGeometry x="240" y="1120" width="120" height="40" as="geometry" />
        </mxCell>
-         <mxCell id="AZWKRyBrAxlTTdJ5z4Ru-12" style="edgeStyle=orthogonalEdgeStyle;rounded=0;orthogonalLoop=1;jettySize=auto;html=1;entryX=1;entryY=0.5;entryDx=0;entryDy=0;" edge="1" parent="1" source="AZWKRyBrAxlTTdJ5z4Ru-8" target="2YC1-memHxYBwXYtI8Gx-20">
+         <mxCell id="AZWKRyBrAxlTTdJ5z4Ru-12" style="edgeStyle=orthogonalEdgeStyle;rounded=0;orthogonalLoop=1;jettySize=auto;html=1;entryX=1;entryY=0.5;entryDx=0;entryDy=0;fontStyle=1" parent="1" source="AZWKRyBrAxlTTdJ5z4Ru-8" target="2YC1-memHxYBwXYtI8Gx-20" edge="1">
          <mxGeometry relative="1" as="geometry">
            <Array as="points">
              <mxPoint x="600" y="1220" />
              <mxPoint x="600" y="420" />
            </Array>
          </mxGeometry>
        </mxCell>
-         <mxCell id="AZWKRyBrAxlTTdJ5z4Ru-8" value="Transmission des données au client" style="rounded=1;whiteSpace=wrap;html=1;fillColor=#dae8fc;strokeColor=#6c8ebf;strokeWidth=2;fontStyle=1;fontFamily=Helvetica;" vertex="1" parent="1">
+         <mxCell id="AZWKRyBrAxlTTdJ5z4Ru-8" value="Transmission des données au client" style="rounded=1;whiteSpace=wrap;html=1;fillColor=#dae8fc;strokeColor=#6c8ebf;strokeWidth=2;fontStyle=1;fontFamily=Helvetica;" parent="1" vertex="1">
          <mxGeometry x="240" y="1200" width="120" height="40" as="geometry" />
+         </mxCell>
+         <mxCell id="BAnTje9yKHuj_5DBN9Kz-13" style="edgeStyle=orthogonalEdgeStyle;rounded=0;orthogonalLoop=1;jettySize=auto;html=1;entryX=1;entryY=0.5;entryDx=0;entryDy=0;fontStyle=1" edge="1" parent="1" source="BAnTje9yKHuj_5DBN9Kz-2" target="2YC1-memHxYBwXYtI8Gx-50">
+           <mxGeometry relative="1" as="geometry" />
+         </mxCell>
+         <mxCell id="BAnTje9yKHuj_5DBN9Kz-29" value="Non" style="edgeLabel;html=1;align=center;verticalAlign=middle;resizable=0;points=[];fontStyle=1" vertex="1" connectable="0" parent="BAnTje9yKHuj_5DBN9Kz-13">
+           <mxGeometry x="-0.1586" y="-2" relative="1" as="geometry">
+             <mxPoint y="2" as="offset" />
+           </mxGeometry>
+         </mxCell>
+         <mxCell id="BAnTje9yKHuj_5DBN9Kz-33" style="edgeStyle=orthogonalEdgeStyle;rounded=0;orthogonalLoop=1;jettySize=auto;html=1;entryX=0;entryY=0.5;entryDx=0;entryDy=0;fontStyle=1" edge="1" parent="1" source="BAnTje9yKHuj_5DBN9Kz-2" target="2YC1-memHxYBwXYtI8Gx-56">
+           <mxGeometry relative="1" as="geometry">
+             <Array as="points">
+               <mxPoint x="140" y="1020" />
+             </Array>
+           </mxGeometry>
+         </mxCell>
+         <mxCell id="BAnTje9yKHuj_5DBN9Kz-34" value="Oui" style="edgeLabel;html=1;align=center;verticalAlign=middle;resizable=0;points=[];fontStyle=1" vertex="1" connectable="0" parent="BAnTje9yKHuj_5DBN9Kz-33">
+           <mxGeometry x="-0.8383" y="-3" relative="1" as="geometry">
+             <mxPoint x="3" as="offset" />
+           </mxGeometry>
+         </mxCell>
+         <mxCell id="BAnTje9yKHuj_5DBN9Kz-2" value="Compt&lt;sub&gt;EN&lt;/sub&gt;&amp;nbsp;&amp;lt; T&lt;sub&gt;EN&lt;/sub&gt;" style="shape=hexagon;perimeter=hexagonPerimeter2;whiteSpace=wrap;html=1;fixedSize=1;strokeWidth=2;fontStyle=1;fontFamily=Helvetica;" vertex="1" parent="1">
+           <mxGeometry x="80" y="840" width="120" height="40" as="geometry" />
+         </mxCell>
+         <mxCell id="BAnTje9yKHuj_5DBN9Kz-21" style="edgeStyle=orthogonalEdgeStyle;rounded=0;orthogonalLoop=1;jettySize=auto;html=1;entryX=0.5;entryY=0;entryDx=0;entryDy=0;fontStyle=1" edge="1" parent="1" source="BAnTje9yKHuj_5DBN9Kz-24" target="BAnTje9yKHuj_5DBN9Kz-25">
+           <mxGeometry relative="1" as="geometry">
+             <mxPoint x="460" y="920" as="targetPoint" />
+           </mxGeometry>
+         </mxCell>
+         <mxCell id="BAnTje9yKHuj_5DBN9Kz-22" value="Oui" style="edgeLabel;html=1;align=center;verticalAlign=middle;resizable=0;points=[];fontStyle=1" vertex="1" connectable="0" parent="BAnTje9yKHuj_5DBN9Kz-21">
+           <mxGeometry x="0.1135" relative="1" as="geometry">
+             <mxPoint y="-2" as="offset" />
+           </mxGeometry>
+         </mxCell>
+         <mxCell id="BAnTje9yKHuj_5DBN9Kz-24" value="Compt&lt;sub&gt;TX&lt;/sub&gt;" style="shape=hexagon;perimeter=hexagonPerimeter2;whiteSpace=wrap;html=1;fixedSize=1;strokeWidth=2;fontStyle=1;fontFamily=Helvetica;" vertex="1" parent="1">
+           <mxGeometry x="440" y="840" width="120" height="40" as="geometry" />
+         </mxCell>
+         <mxCell id="BAnTje9yKHuj_5DBN9Kz-28" style="edgeStyle=orthogonalEdgeStyle;rounded=0;orthogonalLoop=1;jettySize=auto;html=1;entryX=0.5;entryY=0;entryDx=0;entryDy=0;fontStyle=1" edge="1" parent="1" source="BAnTje9yKHuj_5DBN9Kz-25" target="2YC1-memHxYBwXYtI8Gx-56">
+           <mxGeometry relative="1" as="geometry" />
+         </mxCell>
+         <mxCell id="BAnTje9yKHuj_5DBN9Kz-25" value="Transmission des données au client" style="rounded=1;whiteSpace=wrap;html=1;fillColor=#dae8fc;strokeColor=#6c8ebf;strokeWidth=2;fontStyle=1;fontFamily=Helvetica;" vertex="1" parent="1">
+           <mxGeometry x="440" y="920" width="120" height="40" as="geometry" />
        </mxCell>
      </root>
    </mxGraphModel>
  </diagram>
</mxfile>
